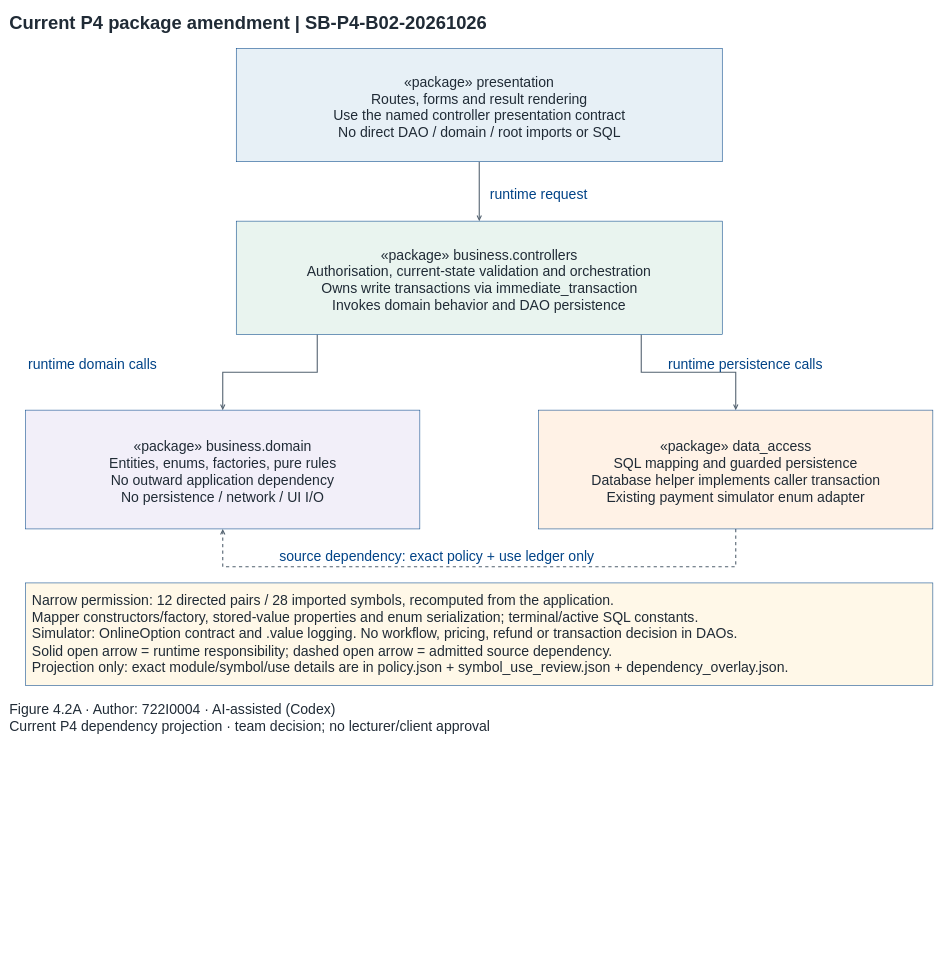
This is docs/part2/implementation/architecture_amendment/package_4_2A.drawio from Dat071104/SaigonBite, a draw.io file, before an edit. Source tidied: cells renumbered, new cells numbered last; positions are measured from the earlier drawing's top-left corner, leaving out a move shared by most shapes. Both pictures are drawn from the tidied source at 54%, with x=0, y=0 at pixel (9, 9).
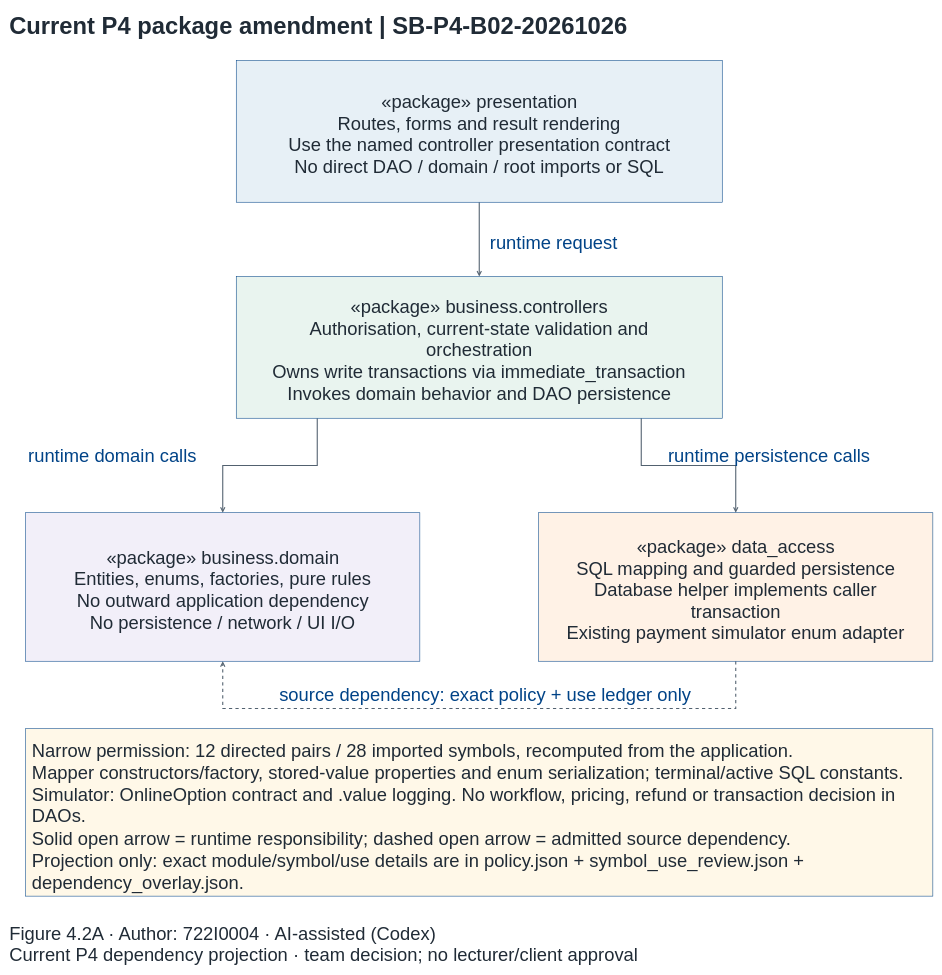
Above is the later version.

Diff of the diagram source:
```diff
@@
     <mxCell id="3" style="endArrow=none;strokeColor=#52616F;strokeWidth=2;rounded=0;endArrow=open;exitX=0.16666666666666666;exitY=1.0;entryX=0.5;entryY=0.0;" parent="1" edge="1" source="7" target="8">
       <mxGeometry relative="1" as="geometry">
         <Array as="points">
-          <mxPoint x="570" y="672" />
-          <mxPoint x="395" y="672" />
+          <mxPoint x="570" y="844.5" />
+          <mxPoint x="395" y="844.5" />
         </Array>
       </mxGeometry>
     </mxCell>
     <mxCell id="4" style="endArrow=none;strokeColor=#52616F;strokeWidth=2;rounded=0;endArrow=open;exitX=0.8333333333333334;exitY=1.0;entryX=0.5;entryY=0.0;" parent="1" edge="1" source="7" target="9">
       <mxGeometry relative="1" as="geometry">
         <Array as="points">
-          <mxPoint x="1170" y="672" />
-          <mxPoint x="1345" y="672" />
+          <mxPoint x="1170" y="844.5" />
+          <mxPoint x="1345" y="844.5" />
         </Array>
       </mxGeometry>
     </mxCell>
     <mxCell id="5" style="endArrow=none;strokeColor=#52616F;strokeWidth=2;rounded=0;dashed=1;endArrow=open;exitX=0.5;exitY=1.0;entryX=0.5;entryY=1.0;" parent="1" edge="1" source="9" target="8">
       <mxGeometry relative="1" as="geometry">
         <Array as="points">
-          <mxPoint x="1345" y="1032" />
-          <mxPoint x="395" y="1032" />
+          <mxPoint x="1345" y="1294.5" />
+          <mxPoint x="395" y="1294.5" />
         </Array>
       </mxGeometry>
     </mxCell>
-    <mxCell id="6" style="fillColor=#E7F0F6;strokeColor=#004387;whiteSpace=wrap;fontFamily=Arial;fontSize=26;html=0;" parent="1" vertex="1">
-      <mxGeometry x="420" y="72" width="900" height="210" as="geometry" />
+    <mxCell id="6" style="fillColor=#E7F0F6;strokeColor=#004387;whiteSpace=wrap;fontFamily=Arial;fontSize=34;html=0;" parent="1" vertex="1">
+      <mxGeometry x="420" y="94.5" width="900" height="262.5" as="geometry" />
     </mxCell>
-    <mxCell id="7" style="fillColor=#E9F4EF;strokeColor=#004387;whiteSpace=wrap;fontFamily=Arial;fontSize=26;html=0;" parent="1" vertex="1">
-      <mxGeometry x="420" y="392" width="900" height="210" as="geometry" />
+    <mxCell id="7" style="fillColor=#E9F4EF;strokeColor=#004387;whiteSpace=wrap;fontFamily=Arial;fontSize=34;html=0;" parent="1" vertex="1">
+      <mxGeometry x="420" y="494.5" width="900" height="262.5" as="geometry" />
     </mxCell>
-    <mxCell id="8" style="fillColor=#F2EFF9;strokeColor=#004387;whiteSpace=wrap;fontFamily=Arial;fontSize=26;html=0;" parent="1" vertex="1">
-      <mxGeometry x="30" y="742" width="730" height="220" as="geometry" />
+    <mxCell id="8" style="fillColor=#F2EFF9;strokeColor=#004387;whiteSpace=wrap;fontFamily=Arial;fontSize=34;html=0;" parent="1" vertex="1">
+      <mxGeometry x="30" y="932" width="730" height="275" as="geometry" />
     </mxCell>
-    <mxCell id="9" style="fillColor=#FFF2E6;strokeColor=#004387;whiteSpace=wrap;fontFamily=Arial;fontSize=26;html=0;" parent="1" vertex="1">
-      <mxGeometry x="980" y="742" width="730" height="220" as="geometry" />
+    <mxCell id="9" style="fillColor=#FFF2E6;strokeColor=#004387;whiteSpace=wrap;fontFamily=Arial;fontSize=34;html=0;" parent="1" vertex="1">
+      <mxGeometry x="980" y="932" width="730" height="275" as="geometry" />
     </mxCell>
-    <mxCell id="10" style="fillColor=#FFF8E8;strokeColor=#004387;whiteSpace=wrap;fontFamily=Arial;fontSize=26;html=0;" parent="1" vertex="1">
-      <mxGeometry x="30" y="1062" width="1680" height="190" as="geometry" />
+    <mxCell id="10" style="fillColor=#FFF8E8;strokeColor=#004387;whiteSpace=wrap;fontFamily=Arial;fontSize=34;html=0;" parent="1" vertex="1">
+      <mxGeometry x="30" y="1332" width="1680" height="310" as="geometry" />
     </mxCell>
-    <mxCell id="11" value="&lt;div&gt;Current P4 package amendment | SB-P4-B02-20261026&lt;/div&gt;" style="text;html=1;strokeColor=none;fillColor=none;whiteSpace=wrap;align=left;verticalAlign=top;spacing=0;fontFamily=Arial;fontSize=34;fontColor=#202B36;fontStyle=1;" parent="1" vertex="1">
-      <mxGeometry width="892.4" height="42.5" as="geometry" />
+    <mxCell id="11" value="&lt;div&gt;Current P4 package amendment | SB-P4-B02-20261026&lt;/div&gt;" style="text;html=1;strokeColor=none;fillColor=none;whiteSpace=wrap;align=left;verticalAlign=top;spacing=0;fontFamily=Arial;fontSize=44;fontColor=#202B36;fontStyle=1;" parent="1" vertex="1">
+      <mxGeometry width="1152.5" height="55" as="geometry" />
     </mxCell>
-    <mxCell id="12" value="&lt;div&gt;Figure 4.2A · Author: 722I0004 · AI-assisted (Codex)&lt;/div&gt;" style="text;html=1;strokeColor=none;fillColor=none;whiteSpace=wrap;align=left;verticalAlign=top;spacing=0;fontFamily=Arial;fontSize=26;fontColor=#202B36;fontStyle=0;" parent="1" vertex="1">
-      <mxGeometry y="1276" width="611.9" height="32.5" as="geometry" />
+    <mxCell id="12" value="&lt;div&gt;Figure 4.2A · Author: 722I0004 · AI-assisted (Codex)&lt;/div&gt;" style="text;html=1;strokeColor=none;fillColor=none;whiteSpace=wrap;align=left;verticalAlign=top;spacing=0;fontFamily=Arial;fontSize=34;fontColor=#202B36;fontStyle=0;" parent="1" vertex="1">
+      <mxGeometry y="1686" width="798" height="42.5" as="geometry" />
     </mxCell>
-    <mxCell id="13" value="&lt;div&gt;Current P4 dependency projection · team decision; no lecturer/client approval&lt;/div&gt;" style="text;html=1;strokeColor=none;fillColor=none;whiteSpace=wrap;align=left;verticalAlign=top;spacing=0;fontFamily=Arial;fontSize=26;fontColor=#202B36;fontStyle=0;" parent="1" vertex="1">
-      <mxGeometry y="1307" width="898" height="32.5" as="geometry" />
+    <mxCell id="13" value="&lt;div&gt;Current P4 dependency projection · team decision; no lecturer/client approval&lt;/div&gt;" style="text;html=1;strokeColor=none;fillColor=none;whiteSpace=wrap;align=left;verticalAlign=top;spacing=0;fontFamily=Arial;fontSize=34;fontColor=#202B36;fontStyle=0;" parent="1" vertex="1">
+      <mxGeometry y="1726" width="1172.2" height="42.5" as="geometry" />
     </mxCell>
-    <mxCell id="14" value="&lt;div&gt;runtime request&lt;/div&gt;" style="text;html=1;strokeColor=none;fillColor=none;whiteSpace=wrap;align=left;verticalAlign=top;spacing=0;fontFamily=Arial;fontSize=26;fontColor=#004387;fontStyle=0;" parent="1" vertex="1">
-      <mxGeometry x="890" y="322" width="188.6" height="32.5" as="geometry" />
+    <mxCell id="14" value="&lt;div&gt;runtime request&lt;/div&gt;" style="text;html=1;strokeColor=none;fillColor=none;whiteSpace=wrap;align=left;verticalAlign=top;spacing=0;fontFamily=Arial;fontSize=34;fontColor=#004387;fontStyle=0;" parent="1" vertex="1">
+      <mxGeometry x="890" y="407" width="244.2" height="42.5" as="geometry" />
     </mxCell>
-    <mxCell id="15" value="&lt;div&gt;runtime domain calls&lt;/div&gt;" style="text;html=1;strokeColor=none;fillColor=none;whiteSpace=wrap;align=left;verticalAlign=top;spacing=0;fontFamily=Arial;fontSize=26;fontColor=#004387;fontStyle=0;" parent="1" vertex="1">
-      <mxGeometry x="35" y="637" width="246.4" height="32.5" as="geometry" />
+    <mxCell id="15" value="&lt;div&gt;runtime domain calls&lt;/div&gt;" style="text;html=1;strokeColor=none;fillColor=none;whiteSpace=wrap;align=left;verticalAlign=top;spacing=0;fontFamily=Arial;fontSize=34;fontColor=#004387;fontStyle=0;" parent="1" vertex="1">
+      <mxGeometry x="35" y="800.8" width="319.8" height="42.5" as="geometry" />
     </mxCell>
-    <mxCell id="16" value="&lt;div&gt;runtime persistence calls&lt;/div&gt;" style="text;html=1;strokeColor=none;fillColor=none;whiteSpace=wrap;align=left;verticalAlign=top;spacing=0;fontFamily=Arial;fontSize=26;fontColor=#004387;fontStyle=0;" parent="1" vertex="1">
-      <mxGeometry x="1220" y="637" width="294" height="32.5" as="geometry" />
+    <mxCell id="16" value="&lt;div&gt;runtime persistence calls&lt;/div&gt;" style="text;html=1;strokeColor=none;fillColor=none;whiteSpace=wrap;align=left;verticalAlign=top;spacing=0;fontFamily=Arial;fontSize=34;fontColor=#004387;fontStyle=0;" parent="1" vertex="1">
+      <mxGeometry x="1220" y="800.8" width="382.1" height="42.5" as="geometry" />
     </mxCell>
-    <mxCell id="17" value="&lt;div&gt;source dependency: exact policy + use ledger only&lt;/div&gt;" style="text;html=1;strokeColor=none;fillColor=none;whiteSpace=wrap;align=left;verticalAlign=top;spacing=0;fontFamily=Arial;fontSize=26;fontColor=#004387;fontStyle=0;" parent="1" vertex="1">
-      <mxGeometry x="500" y="992" width="591" height="32.5" as="geometry" />
+    <mxCell id="17" value="&lt;div&gt;source dependency: exact policy + use ledger only&lt;/div&gt;" style="text;html=1;strokeColor=none;fillColor=none;whiteSpace=wrap;align=left;verticalAlign=top;spacing=0;fontFamily=Arial;fontSize=34;fontColor=#004387;fontStyle=0;" parent="1" vertex="1">
+      <mxGeometry x="500" y="1244.5" width="770.6" height="42.5" as="geometry" />
     </mxCell>
-    <mxCell id="18" value="&lt;div&gt;«package» presentation&lt;/div&gt;" style="text;html=1;strokeColor=none;fillColor=none;whiteSpace=wrap;align=left;verticalAlign=top;spacing=0;fontFamily=Arial;fontSize=26;fontColor=#202B36;fontStyle=0;" parent="1" vertex="1">
-      <mxGeometry x="731.3" y="115" width="285.4" height="32.5" as="geometry" />
+    <mxCell id="18" value="&lt;div&gt;«package» presentation&lt;/div&gt;" style="text;html=1;strokeColor=none;fillColor=none;whiteSpace=wrap;align=left;verticalAlign=top;spacing=0;fontFamily=Arial;fontSize=34;fontColor=#202B36;fontStyle=0;" parent="1" vertex="1">
+      <mxGeometry x="688.5" y="145.8" width="370.9" height="42.5" as="geometry" />
     </mxCell>
-    <mxCell id="19" value="&lt;div&gt;Routes, forms and result rendering&lt;/div&gt;" style="text;html=1;strokeColor=none;fillColor=none;whiteSpace=wrap;align=left;verticalAlign=top;spacing=0;fontFamily=Arial;fontSize=26;fontColor=#202B36;fontStyle=0;" parent="1" vertex="1">
-      <mxGeometry x="669.9" y="146" width="408.2" height="32.5" as="geometry" />
+    <mxCell id="19" value="&lt;div&gt;Routes, forms and result rendering&lt;/div&gt;" style="text;html=1;strokeColor=none;fillColor=none;whiteSpace=wrap;align=left;verticalAlign=top;spacing=0;fontFamily=Arial;fontSize=34;fontColor=#202B36;fontStyle=0;" parent="1" vertex="1">
+      <mxGeometry x="608.2" y="185.8" width="531.5" height="42.5" as="geometry" />
     </mxCell>
-    <mxCell id="20" value="&lt;div&gt;Use the named controller presentation contract&lt;/div&gt;" style="text;html=1;strokeColor=none;fillColor=none;whiteSpace=wrap;align=left;verticalAlign=top;spacing=0;fontFamily=Arial;fontSize=26;fontColor=#202B36;fontStyle=0;" parent="1" vertex="1">
-      <mxGeometry x="599.8" y="177" width="548.3" height="32.5" as="geometry" />
+    <mxCell id="20" value="&lt;div&gt;Use the named controller presentation contract&lt;/div&gt;" style="text;html=1;strokeColor=none;fillColor=none;whiteSpace=wrap;align=left;verticalAlign=top;spacing=0;fontFamily=Arial;fontSize=34;fontColor=#202B36;fontStyle=0;" parent="1" vertex="1">
+      <mxGeometry x="516.6" y="225.8" width="714.8" height="42.5" as="geometry" />
     </mxCell>
-    <mxCell id="21" value="&lt;div&gt;No direct DAO / domain / root imports or SQL&lt;/div&gt;" style="text;html=1;strokeColor=none;fillColor=none;whiteSpace=wrap;align=left;verticalAlign=top;spacing=0;fontFamily=Arial;fontSize=26;fontColor=#202B36;fontStyle=0;" parent="1" vertex="1">
-      <mxGeometry x="608.5" y="208" width="530.9" height="32.5" as="geometry" />
+    <mxCell id="21" value="&lt;div&gt;No direct DAO / domain / root imports or SQL&lt;/div&gt;" style="text;html=1;strokeColor=none;fillColor=none;whiteSpace=wrap;align=left;verticalAlign=top;spacing=0;fontFamily=Arial;fontSize=34;fontColor=#202B36;fontStyle=0;" parent="1" vertex="1">
+      <mxGeometry x="528" y="265.8" width="692.1" height="42.5" as="geometry" />
     </mxCell>
-    <mxCell id="22" value="&lt;div&gt;«package» business.controllers&lt;/div&gt;" style="text;html=1;strokeColor=none;fillColor=none;whiteSpace=wrap;align=left;verticalAlign=top;spacing=0;fontFamily=Arial;fontSize=26;fontColor=#202B36;fontStyle=0;" parent="1" vertex="1">
-      <mxGeometry x="687.9" y="435" width="372.1" height="32.5" as="geometry" />
+    <mxCell id="22" value="&lt;div&gt;«package» business.controllers&lt;/div&gt;" style="text;html=1;strokeColor=none;fillColor=none;whiteSpace=wrap;align=left;verticalAlign=top;spacing=0;fontFamily=Arial;fontSize=34;fontColor=#202B36;fontStyle=0;" parent="1" vertex="1">
+      <mxGeometry x="631.9" y="525.8" width="484.2" height="42.5" as="geometry" />
     </mxCell>
-    <mxCell id="23" value="&lt;div&gt;Authorisation, current-state validation and orchestration&lt;/div&gt;" style="text;html=1;strokeColor=none;fillColor=none;whiteSpace=wrap;align=left;verticalAlign=top;spacing=0;fontFamily=Arial;fontSize=26;fontColor=#202B36;fontStyle=0;" parent="1" vertex="1">
-      <mxGeometry x="551.4" y="466" width="645.1" height="32.5" as="geometry" />
+    <mxCell id="23" value="&lt;div&gt;Authorisation, current-state validation and&lt;/div&gt;" style="text;html=1;strokeColor=none;fillColor=none;whiteSpace=wrap;align=left;verticalAlign=top;spacing=0;fontFamily=Arial;fontSize=34;fontColor=#202B36;fontStyle=0;" parent="1" vertex="1">
+      <mxGeometry x="556.3" y="565.8" width="635.5" height="42.5" as="geometry" />
     </mxCell>
-    <mxCell id="24" value="&lt;div&gt;Owns write transactions via immediate_transaction&lt;/div&gt;" style="text;html=1;strokeColor=none;fillColor=none;whiteSpace=wrap;align=left;verticalAlign=top;spacing=0;fontFamily=Arial;fontSize=26;fontColor=#202B36;fontStyle=0;" parent="1" vertex="1">
-      <mxGeometry x="577.5" y="497" width="593.1" height="32.5" as="geometry" />
+    <mxCell id="24" value="&lt;div&gt;orchestration&lt;/div&gt;" style="text;html=1;strokeColor=none;fillColor=none;whiteSpace=wrap;align=left;verticalAlign=top;spacing=0;fontFamily=Arial;fontSize=34;fontColor=#202B36;fontStyle=0;" parent="1" vertex="1">
+      <mxGeometry x="771.7" y="605.8" width="204.5" height="42.5" as="geometry" />
     </mxCell>
-    <mxCell id="25" value="&lt;div&gt;Invokes domain behavior and DAO persistence&lt;/div&gt;" style="text;html=1;strokeColor=none;fillColor=none;whiteSpace=wrap;align=left;verticalAlign=top;spacing=0;fontFamily=Arial;fontSize=26;fontColor=#202B36;fontStyle=0;" parent="1" vertex="1">
-      <mxGeometry x="598.4" y="528" width="551.2" height="32.5" as="geometry" />
+    <mxCell id="25" value="&lt;div&gt;Owns write transactions via immediate_transaction&lt;/div&gt;" style="text;html=1;strokeColor=none;fillColor=none;whiteSpace=wrap;align=left;verticalAlign=top;spacing=0;fontFamily=Arial;fontSize=34;fontColor=#202B36;fontStyle=0;" parent="1" vertex="1">
+      <mxGeometry x="487.3" y="645.8" width="773.3" height="42.5" as="geometry" />
     </mxCell>
-    <mxCell id="26" value="&lt;div&gt;«package» business.domain&lt;/div&gt;" style="text;html=1;strokeColor=none;fillColor=none;whiteSpace=wrap;align=left;verticalAlign=top;spacing=0;fontFamily=Arial;fontSize=26;fontColor=#202B36;fontStyle=0;" parent="1" vertex="1">
-      <mxGeometry x="230.3" y="790" width="337.5" height="32.5" as="geometry" />
+    <mxCell id="26" value="&lt;div&gt;Invokes domain behavior and DAO persistence&lt;/div&gt;" style="text;html=1;strokeColor=none;fillColor=none;whiteSpace=wrap;align=left;verticalAlign=top;spacing=0;fontFamily=Arial;fontSize=34;fontColor=#202B36;fontStyle=0;" parent="1" vertex="1">
+      <mxGeometry x="514.7" y="685.8" width="718.6" height="42.5" as="geometry" />
     </mxCell>
-    <mxCell id="27" value="&lt;div&gt;Entities, enums, factories, pure rules&lt;/div&gt;" style="text;html=1;strokeColor=none;fillColor=none;whiteSpace=wrap;align=left;verticalAlign=top;spacing=0;fontFamily=Arial;fontSize=26;fontColor=#202B36;fontStyle=0;" parent="1" vertex="1">
-      <mxGeometry x="184.8" y="821" width="428.4" height="32.5" as="geometry" />
+    <mxCell id="27" value="&lt;div&gt;«package» business.domain&lt;/div&gt;" style="text;html=1;strokeColor=none;fillColor=none;whiteSpace=wrap;align=left;verticalAlign=top;spacing=0;fontFamily=Arial;fontSize=34;fontColor=#202B36;fontStyle=0;" parent="1" vertex="1">
+      <mxGeometry x="179.5" y="989.5" width="438.9" height="42.5" as="geometry" />
     </mxCell>
-    <mxCell id="28" value="&lt;div&gt;No outward application dependency&lt;/div&gt;" style="text;html=1;strokeColor=none;fillColor=none;whiteSpace=wrap;align=left;verticalAlign=top;spacing=0;fontFamily=Arial;fontSize=26;fontColor=#202B36;fontStyle=0;" parent="1" vertex="1">
-      <mxGeometry x="188.4" y="852" width="421.3" height="32.5" as="geometry" />
+    <mxCell id="28" value="&lt;div&gt;Entities, enums, factories, pure rules&lt;/div&gt;" style="text;html=1;strokeColor=none;fillColor=none;whiteSpace=wrap;align=left;verticalAlign=top;spacing=0;fontFamily=Arial;fontSize=34;fontColor=#202B36;fontStyle=0;" parent="1" vertex="1">
+      <mxGeometry x="120" y="1029.5" width="557.9" height="42.5" as="geometry" />
     </mxCell>
-    <mxCell id="29" value="&lt;div&gt;No persistence / network / UI I/O&lt;/div&gt;" style="text;html=1;strokeColor=none;fillColor=none;whiteSpace=wrap;align=left;verticalAlign=top;spacing=0;fontFamily=Arial;fontSize=26;fontColor=#202B36;fontStyle=0;" parent="1" vertex="1">
-      <mxGeometry x="207.2" y="883" width="383.6" height="32.5" as="geometry" />
+    <mxCell id="29" value="&lt;div&gt;No outward application dependency&lt;/div&gt;" style="text;html=1;strokeColor=none;fillColor=none;whiteSpace=wrap;align=left;verticalAlign=top;spacing=0;fontFamily=Arial;fontSize=34;fontColor=#202B36;fontStyle=0;" parent="1" vertex="1">
+      <mxGeometry x="124.7" y="1069.5" width="548.5" height="42.5" as="geometry" />
     </mxCell>
-    <mxCell id="30" value="&lt;div&gt;«package» data_access&lt;/div&gt;" style="text;html=1;strokeColor=none;fillColor=none;whiteSpace=wrap;align=left;verticalAlign=top;spacing=0;fontFamily=Arial;fontSize=26;fontColor=#202B36;fontStyle=0;" parent="1" vertex="1">
-      <mxGeometry x="1204.8" y="790" width="288.3" height="32.5" as="geometry" />
+    <mxCell id="30" value="&lt;div&gt;No persistence / network / UI I/O&lt;/div&gt;" style="text;html=1;strokeColor=none;fillColor=none;whiteSpace=wrap;align=left;verticalAlign=top;spacing=0;fontFamily=Arial;fontSize=34;fontColor=#202B36;fontStyle=0;" parent="1" vertex="1">
+      <mxGeometry x="149.3" y="1109.5" width="499.3" height="42.5" as="geometry" />
     </mxCell>
-    <mxCell id="31" value="&lt;div&gt;SQL mapping and guarded persistence&lt;/div&gt;" style="text;html=1;strokeColor=none;fillColor=none;whiteSpace=wrap;align=left;verticalAlign=top;spacing=0;fontFamily=Arial;fontSize=26;fontColor=#202B36;fontStyle=0;" parent="1" vertex="1">
-      <mxGeometry x="1119.4" y="821" width="459.3" height="32.5" as="geometry" />
+    <mxCell id="31" value="&lt;div&gt;«package» data_access&lt;/div&gt;" style="text;html=1;strokeColor=none;fillColor=none;whiteSpace=wrap;align=left;verticalAlign=top;spacing=0;fontFamily=Arial;fontSize=34;fontColor=#202B36;fontStyle=0;" parent="1" vertex="1">
+      <mxGeometry x="1161.7" y="969.5" width="374.7" height="42.5" as="geometry" />
     </mxCell>
-    <mxCell id="32" value="&lt;div&gt;Database helper implements caller transaction&lt;/div&gt;" style="text;html=1;strokeColor=none;fillColor=none;whiteSpace=wrap;align=left;verticalAlign=top;spacing=0;fontFamily=Arial;fontSize=26;fontColor=#202B36;fontStyle=0;" parent="1" vertex="1">
-      <mxGeometry x="1077.7" y="852" width="542.6" height="32.5" as="geometry" />
+    <mxCell id="32" value="&lt;div&gt;SQL mapping and guarded persistence&lt;/div&gt;" style="text;html=1;strokeColor=none;fillColor=none;whiteSpace=wrap;align=left;verticalAlign=top;spacing=0;fontFamily=Arial;fontSize=34;fontColor=#202B36;fontStyle=0;" parent="1" vertex="1">
+      <mxGeometry x="1049.8" y="1009.5" width="598.3" height="42.5" as="geometry" />
     </mxCell>
-    <mxCell id="33" value="&lt;div&gt;Existing payment simulator enum adapter&lt;/div&gt;" style="text;html=1;strokeColor=none;fillColor=none;whiteSpace=wrap;align=left;verticalAlign=top;spacing=0;fontFamily=Arial;fontSize=26;fontColor=#202B36;fontStyle=0;" parent="1" vertex="1">
-      <mxGeometry x="1105.9" y="883" width="486.2" height="32.5" as="geometry" />
+    <mxCell id="33" value="&lt;div&gt;Database helper implements caller&lt;/div&gt;" style="text;html=1;strokeColor=none;fillColor=none;whiteSpace=wrap;align=left;verticalAlign=top;spacing=0;fontFamily=Arial;fontSize=34;fontColor=#202B36;fontStyle=0;" parent="1" vertex="1">
+      <mxGeometry x="1083.3" y="1049.5" width="531.5" height="42.5" as="geometry" />
     </mxCell>
-    <mxCell id="34" value="&lt;div&gt;Narrow permission: 12 directed pairs / 28 imported symbols, recomputed from the application.&lt;br/&gt;Mapper constructors/factory, stored-value properties and enum serialization; terminal/active SQL constants.&lt;br/&gt;Simulator: OnlineOption contract and .value logging. No workflow, pricing, refund or transaction decision in DAOs.&lt;br/&gt;Solid open arrow = runtime responsibility; dashed open arrow = admitted source dependency.&lt;br/&gt;Projection only: exact module/symbol/use details are in policy.json + symbol_use_review.json + dependency_overlay.json.&lt;/div&gt;" style="text;html=1;strokeColor=none;fillColor=none;whiteSpace=wrap;align=left;verticalAlign=top;spacing=0;fontFamily=Arial;fontSize=26;fontColor=#202B36;fontStyle=0;" parent="1" vertex="1">
-      <mxGeometry x="42" y="1074" width="1408.6" height="162.5" as="geometry" />
+    <mxCell id="34" value="&lt;div&gt;transaction&lt;/div&gt;" style="text;html=1;strokeColor=none;fillColor=none;whiteSpace=wrap;align=left;verticalAlign=top;spacing=0;fontFamily=Arial;fontSize=34;fontColor=#202B36;fontStyle=0;" parent="1" vertex="1">
+      <mxGeometry x="1261.8" y="1089.5" width="174.3" height="42.5" as="geometry" />
     </mxCell>
+    <mxCell id="35" value="&lt;div&gt;Existing payment simulator enum adapter&lt;/div&gt;" style="text;html=1;strokeColor=none;fillColor=none;whiteSpace=wrap;align=left;verticalAlign=top;spacing=0;fontFamily=Arial;fontSize=34;fontColor=#202B36;fontStyle=0;" parent="1" vertex="1">
+      <mxGeometry x="1032.2" y="1129.5" width="633.5" height="42.5" as="geometry" />
+    </mxCell>
+    <mxCell id="36" value="&lt;div&gt;Narrow permission: 12 directed pairs / 28 imported symbols, recomputed from the application.&lt;br/&gt;Mapper constructors/factory, stored-value properties and enum serialization; terminal/active SQL constants.&lt;br/&gt;Simulator: OnlineOption contract and .value logging. No workflow, pricing, refund or transaction decision in&lt;br/&gt;DAOs.&lt;br/&gt;Solid open arrow = runtime responsibility; dashed open arrow = admitted source dependency.&lt;br/&gt;Projection only: exact module/symbol/use details are in policy.json + symbol_use_review.json +&lt;br/&gt;dependency_overlay.json.&lt;/div&gt;" style="text;html=1;strokeColor=none;fillColor=none;whiteSpace=wrap;align=left;verticalAlign=top;spacing=0;fontFamily=Arial;fontSize=34;fontColor=#202B36;fontStyle=0;" parent="1" vertex="1">
+      <mxGeometry x="42" y="1347" width="1621.9" height="297.5" as="geometry" />
+    </mxCell>
```
